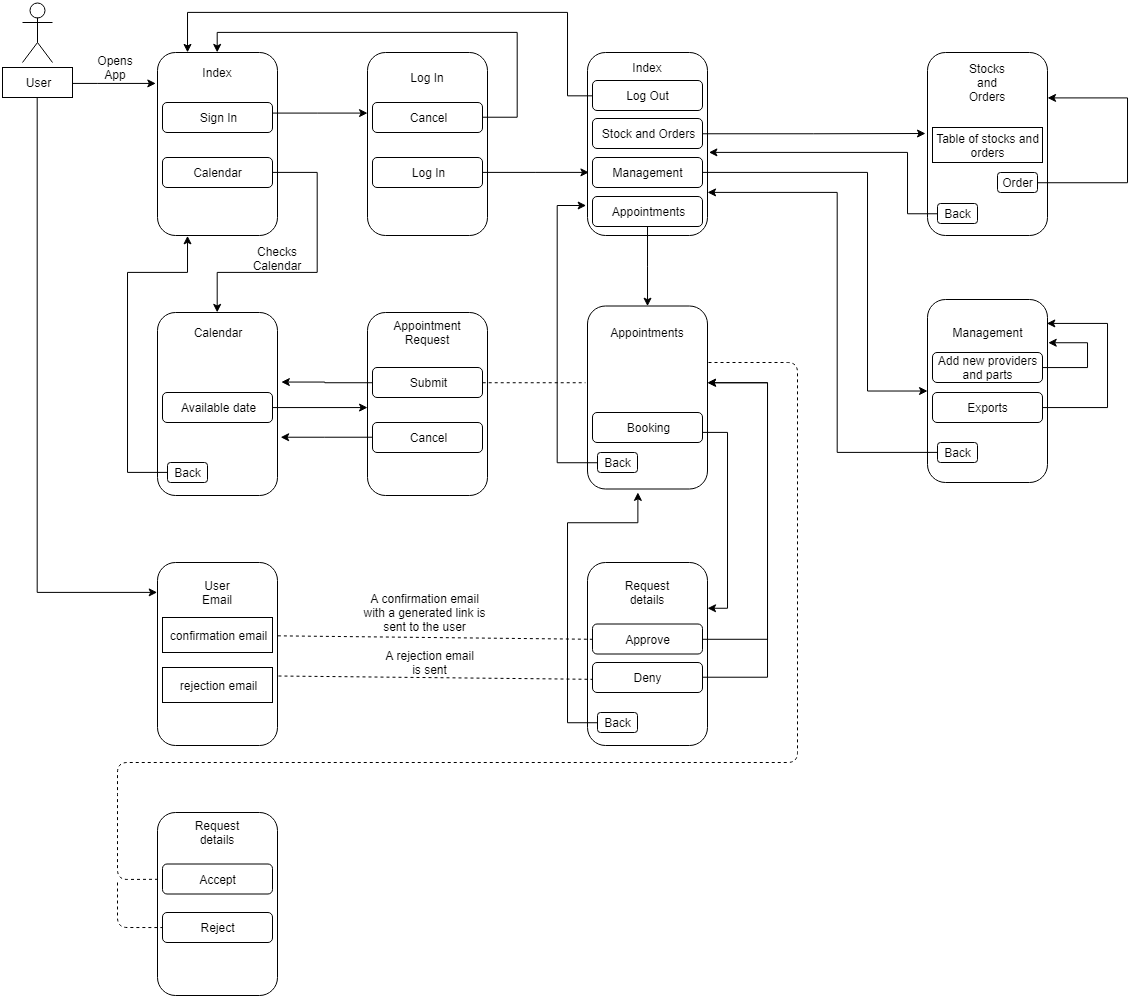
This is UseCase.png from argalex/BikeS, a draw.io export, as it was before one commit. Source tidied: cells renumbered, new cells last; positions are measured from the earlier drawing's top-left corner, leaving out a move shared by most shapes.
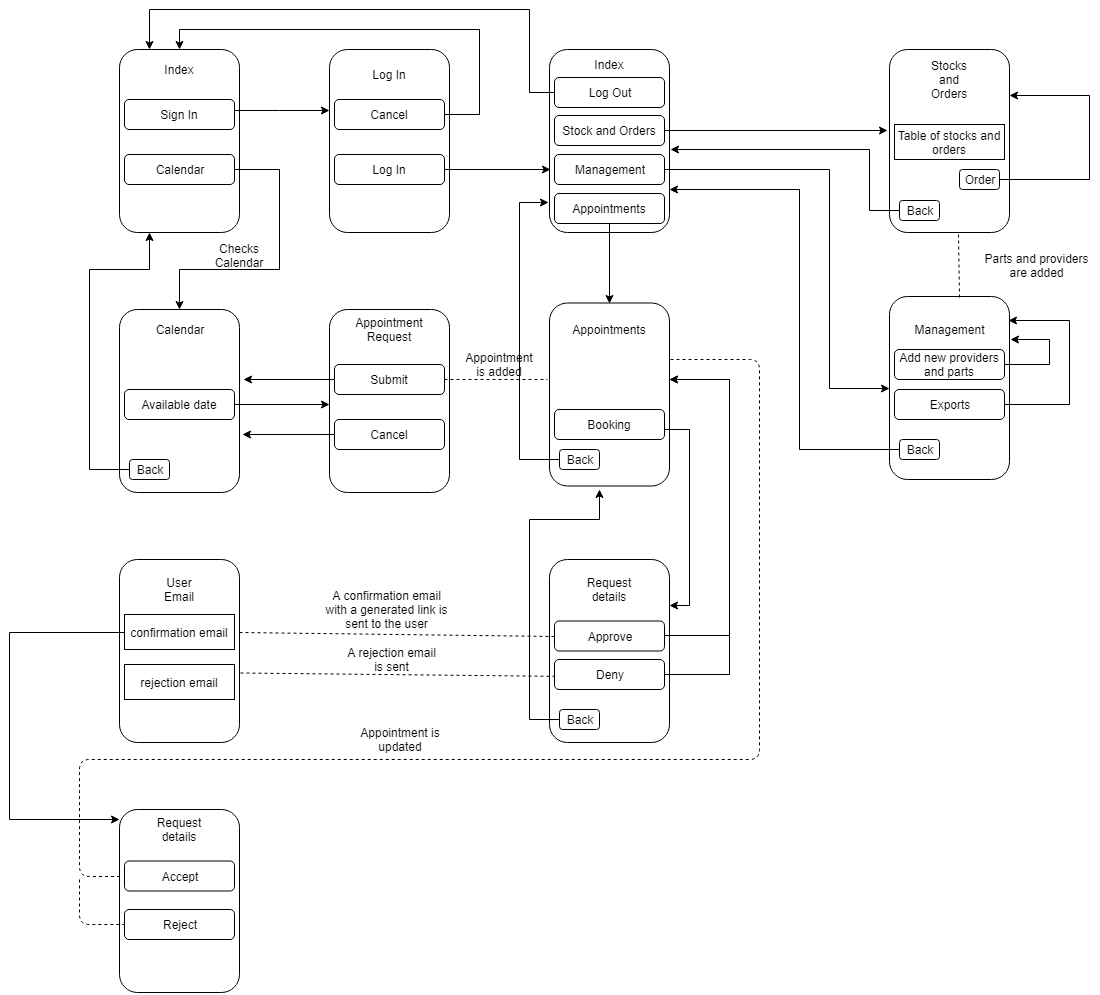
Later version of the same file.

Change to the diagram source:
```diff
@@ -2,34 +2,9 @@
   <root>
     <mxCell id="0" />
     <mxCell id="1" parent="0" />
-    <mxCell id="2" style="edgeStyle=orthogonalEdgeStyle;rounded=0;jettySize=auto;html=1;" parent="1" edge="1" source="4">
-      <mxGeometry relative="1" as="geometry">
-        <mxPoint x="153" y="81" as="targetPoint" />
-        <Array as="points">
-          <mxPoint x="95" y="81" />
-          <mxPoint x="95" y="81" />
-        </Array>
-      </mxGeometry>
-    </mxCell>
-    <mxCell id="3" style="edgeStyle=orthogonalEdgeStyle;rounded=0;jettySize=auto;html=1;entryX=0;entryY=0.164;entryDx=0;entryDy=0;entryPerimeter=0;" parent="1" edge="1" source="4" target="55">
-      <mxGeometry relative="1" as="geometry">
-        <Array as="points">
-          <mxPoint x="35" y="590" />
-        </Array>
-      </mxGeometry>
-    </mxCell>
-    <mxCell id="4" value="User" style="rounded=0;whiteSpace=wrap;html=1;" parent="1" vertex="1">
-      <mxGeometry y="65" width="70" height="30" as="geometry" />
-    </mxCell>
-    <mxCell id="5" style="shape=umlActor;verticalLabelPosition=bottom;labelBackgroundColor=#ffffff;verticalAlign=top;html=1;" parent="1" vertex="1">
-      <mxGeometry x="20" width="30" height="60" as="geometry" />
-    </mxCell>
     <mxCell id="6" style="rounded=1;whiteSpace=wrap;html=1;" parent="1" vertex="1">
       <mxGeometry x="155" y="50" width="120" height="183" as="geometry" />
     </mxCell>
-    <mxCell id="7" value="Opens App" style="text;html=1;strokeColor=none;fillColor=none;align=center;verticalAlign=middle;whiteSpace=wrap;rounded=0;" parent="1" vertex="1">
-      <mxGeometry x="92.5" y="55" width="40" height="20" as="geometry" />
-    </mxCell>
     <mxCell id="8" value="Index" style="text;html=1;strokeColor=none;fillColor=none;align=center;verticalAlign=middle;whiteSpace=wrap;rounded=0;" parent="1" vertex="1">
       <mxGeometry x="195" y="60" width="40" height="20" as="geometry" />
     </mxCell>
@@ -174,8 +149,10 @@
     <mxCell id="41" value="Appointments" style="text;html=1;strokeColor=none;fillColor=none;align=center;verticalAlign=middle;whiteSpace=wrap;rounded=0;" parent="1" vertex="1">
       <mxGeometry x="625" y="320" width="40" height="20" as="geometry" />
     </mxCell>
-    <mxCell id="42" style="endArrow=none;dashed=1;html=1;exitX=1;exitY=0.5;exitDx=0;exitDy=0;entryX=-0.017;entryY=0.421;entryDx=0;entryDy=0;entryPerimeter=0;" parent="1" edge="1" source="37" target="40">
-      <mxGeometry relative="1" as="geometry" />
+    <mxCell id="42" style="endArrow=none;dashed=1;html=1;exitX=1;exitY=0.5;exitDx=0;exitDy=0;" parent="1" edge="1" source="37">
+      <mxGeometry relative="1" as="geometry">
+        <mxPoint x="583" y="380" as="targetPoint" />
+      </mxGeometry>
     </mxCell>
     <mxCell id="43" style="edgeStyle=orthogonalEdgeStyle;rounded=0;jettySize=auto;html=1;entryX=1;entryY=0.25;entryDx=0;entryDy=0;" parent="1" edge="1" source="44" target="47">
       <mxGeometry relative="1" as="geometry">
@@ -352,6 +329,14 @@
     <mxCell id="78" value="A rejection email is sent" style="text;html=1;strokeColor=none;fillColor=none;align=center;verticalAlign=middle;whiteSpace=wrap;rounded=0;" parent="1" vertex="1">
       <mxGeometry x="380" y="650" width="95" height="20" as="geometry" />
     </mxCell>
+    <mxCell id="86" style="edgeStyle=orthogonalEdgeStyle;rounded=0;jettySize=auto;html=1;" parent="1" edge="1" source="79" target="81">
+      <mxGeometry relative="1" as="geometry">
+        <Array as="points">
+          <mxPoint x="45" y="633" />
+          <mxPoint x="45" y="820" />
+        </Array>
+      </mxGeometry>
+    </mxCell>
     <mxCell id="79" value="confirmation email" style="rounded=0;whiteSpace=wrap;html=1;" parent="1" vertex="1">
       <mxGeometry x="160" y="615" width="110" height="35" as="geometry" />
     </mxCell>
@@ -378,5 +363,17 @@
     <mxCell id="85" value="Request details" style="text;html=1;strokeColor=none;fillColor=none;align=center;verticalAlign=middle;whiteSpace=wrap;rounded=0;" parent="1" vertex="1">
       <mxGeometry x="195" y="820" width="40" height="20" as="geometry" />
     </mxCell>
+    <mxCell id="87" style="endArrow=none;dashed=1;html=1;entryX=0.575;entryY=1.005;entryDx=0;entryDy=0;entryPerimeter=0;exitX=0.583;exitY=0.005;exitDx=0;exitDy=0;exitPerimeter=0;" parent="1" edge="1" source="67" target="60">
+      <mxGeometry relative="1" as="geometry" />
+    </mxCell>
+    <mxCell id="88" value="Appointment is added" style="text;html=1;strokeColor=none;fillColor=none;align=center;verticalAlign=middle;whiteSpace=wrap;rounded=0;" parent="1" vertex="1">
+      <mxGeometry x="515" y="355" width="40" height="20" as="geometry" />
+    </mxCell>
+    <mxCell id="89" value="Appointment is updated" style="text;html=1;strokeColor=none;fillColor=none;align=center;verticalAlign=middle;whiteSpace=wrap;rounded=0;" parent="1" vertex="1">
+      <mxGeometry x="387" y="730" width="98" height="20" as="geometry" />
+    </mxCell>
+    <mxCell id="90" value="Parts and providers are added" style="text;html=1;strokeColor=none;fillColor=none;align=center;verticalAlign=middle;whiteSpace=wrap;rounded=0;" parent="1" vertex="1">
+      <mxGeometry x="1015" y="255.5" width="115" height="20" as="geometry" />
+    </mxCell>
   </root>
 </mxGraphModel>
```
